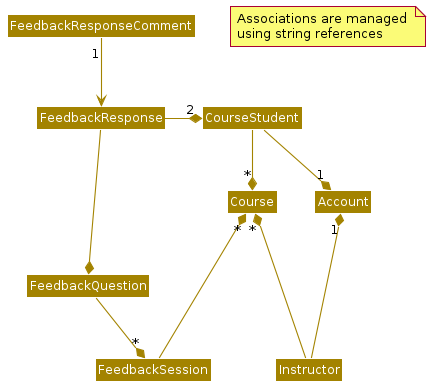
This is diagrams/StorageClassDiagram.png from nagarajan-ck/teammates, a PlantUML export, as it was before one commit. Its source is kept beside it as diagrams/StorageClassDiagram.puml.
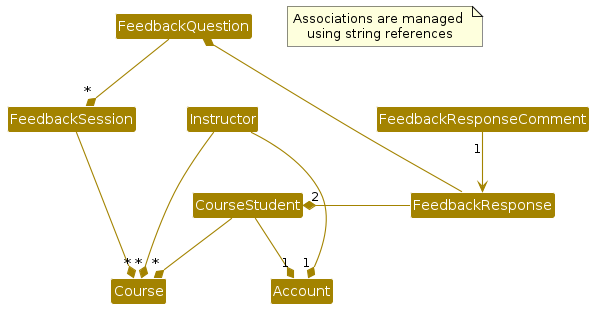
The same diagram one commit later.

What changed in the source:
```diff
@@ -1,5 +1,5 @@
 @startuml
-!include diagrams/style.puml
+!include style.puml
 skinparam arrowThickness 1.1
 skinparam arrowColor STORAGE_COLOR
 skinparam classBackgroundColor STORAGE_COLOR
```
